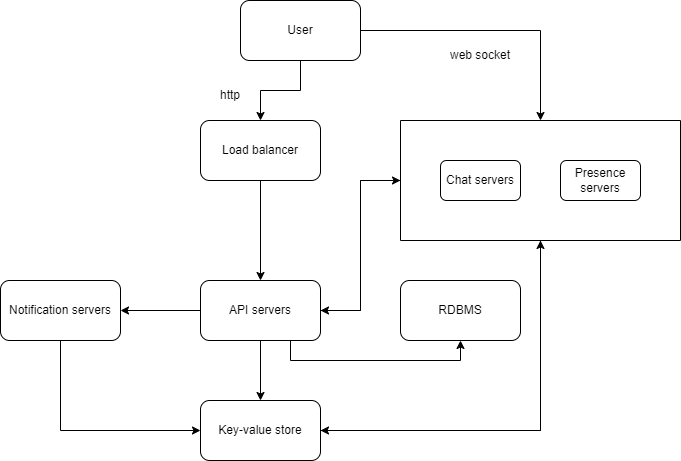
Before: img/system-design/whatsapp2.png, a diagram exported from draw.io (riehseun/riehseun.github.io). Source tidied: cells renumbered, new cells last; positions are measured from the earlier drawing's top-left corner, leaving out a move shared by most shapes.
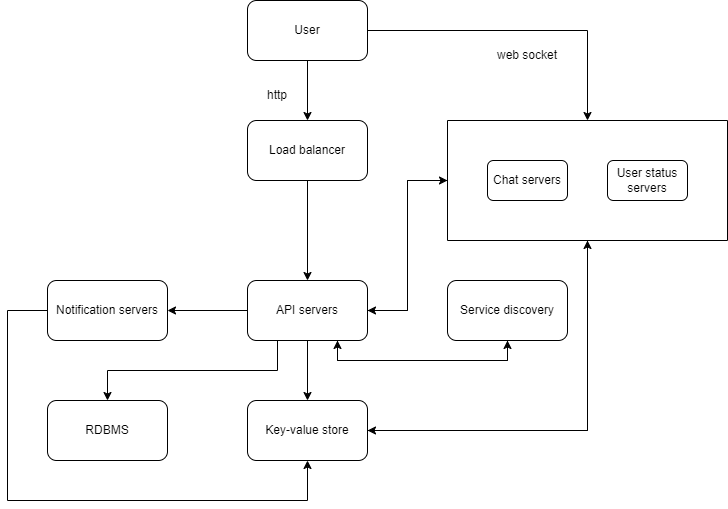
After the change.

The edit, as a diff of the source:
```diff
@@ -9,7 +9,7 @@
       <mxGeometry relative="1" as="geometry" />
     </mxCell>
     <mxCell id="4" value="User" style="rounded=1;whiteSpace=wrap;html=1;" parent="1" vertex="1">
-      <mxGeometry x="240" width="120" height="60" as="geometry" />
+      <mxGeometry x="200" width="120" height="60" as="geometry" />
     </mxCell>
     <mxCell id="5" style="edgeStyle=orthogonalEdgeStyle;rounded=0;jettySize=auto;html=1;exitX=0.5;exitY=1;exitDx=0;exitDy=0;" parent="1" edge="1" source="6" target="16">
       <mxGeometry relative="1" as="geometry" />
@@ -20,7 +20,7 @@
     <mxCell id="7" value="Chat servers" style="rounded=1;whiteSpace=wrap;html=1;" parent="1" vertex="1">
       <mxGeometry x="440" y="160" width="80" height="40" as="geometry" />
     </mxCell>
-    <mxCell id="8" value="Presence servers" style="rounded=1;whiteSpace=wrap;html=1;" parent="1" vertex="1">
+    <mxCell id="8" value="User status servers" style="rounded=1;whiteSpace=wrap;html=1;" parent="1" vertex="1">
       <mxGeometry x="560" y="160" width="80" height="40" as="geometry" />
     </mxCell>
     <mxCell id="9" style="edgeStyle=orthogonalEdgeStyle;rounded=0;jettySize=auto;html=1;exitX=0.5;exitY=1;exitDx=0;exitDy=0;entryX=1;entryY=0.5;entryDx=0;entryDy=0;" parent="1" edge="1" source="11" target="20">
@@ -41,14 +41,23 @@
     <mxCell id="14" style="edgeStyle=orthogonalEdgeStyle;rounded=0;jettySize=auto;html=1;exitX=0.5;exitY=1;exitDx=0;exitDy=0;entryX=0.5;entryY=0;entryDx=0;entryDy=0;" parent="1" edge="1" source="16" target="20">
       <mxGeometry relative="1" as="geometry" />
     </mxCell>
-    <mxCell id="15" style="edgeStyle=orthogonalEdgeStyle;rounded=0;jettySize=auto;html=1;exitX=0.75;exitY=1;exitDx=0;exitDy=0;entryX=0.5;entryY=1;entryDx=0;entryDy=0;" parent="1" edge="1" source="16" target="21">
+    <mxCell id="15" style="edgeStyle=orthogonalEdgeStyle;rounded=0;jettySize=auto;html=1;exitX=0.25;exitY=1;exitDx=0;exitDy=0;entryX=0.5;entryY=0;entryDx=0;entryDy=0;" parent="1" edge="1" source="16" target="21">
       <mxGeometry relative="1" as="geometry" />
     </mxCell>
+    <mxCell id="24" style="edgeStyle=orthogonalEdgeStyle;rounded=0;jettySize=auto;html=1;exitX=0.75;exitY=1;exitDx=0;exitDy=0;entryX=0.5;entryY=1;entryDx=0;entryDy=0;" parent="1" edge="1" source="16" target="26">
+      <mxGeometry relative="1" as="geometry" />
+    </mxCell>
     <mxCell id="16" value="API servers" style="rounded=1;whiteSpace=wrap;html=1;" parent="1" vertex="1">
       <mxGeometry x="200" y="280" width="120" height="60" as="geometry" />
     </mxCell>
-    <mxCell id="17" style="edgeStyle=orthogonalEdgeStyle;rounded=0;jettySize=auto;html=1;exitX=0.5;exitY=1;exitDx=0;exitDy=0;entryX=0;entryY=0.5;entryDx=0;entryDy=0;" parent="1" edge="1" source="18" target="20">
-      <mxGeometry relative="1" as="geometry" />
+    <mxCell id="17" style="edgeStyle=orthogonalEdgeStyle;rounded=0;jettySize=auto;html=1;exitX=0;exitY=0.5;exitDx=0;exitDy=0;entryX=0.5;entryY=1;entryDx=0;entryDy=0;" parent="1" edge="1" source="18" target="20">
+      <mxGeometry relative="1" as="geometry">
+        <Array as="points">
+          <mxPoint x="-40" y="310" />
+          <mxPoint x="-40" y="500" />
+          <mxPoint x="260" y="500" />
+        </Array>
+      </mxGeometry>
     </mxCell>
     <mxCell id="18" value="Notification servers" style="rounded=1;whiteSpace=wrap;html=1;" parent="1" vertex="1">
       <mxGeometry y="280" width="120" height="60" as="geometry" />
@@ -60,7 +69,7 @@
       <mxGeometry x="200" y="400" width="120" height="60" as="geometry" />
     </mxCell>
     <mxCell id="21" value="RDBMS" style="rounded=1;whiteSpace=wrap;html=1;" parent="1" vertex="1">
-      <mxGeometry x="400" y="280" width="120" height="60" as="geometry" />
+      <mxGeometry y="400" width="120" height="60" as="geometry" />
     </mxCell>
     <mxCell id="22" value="http" style="text;html=1;strokeColor=none;fillColor=none;align=center;verticalAlign=middle;whiteSpace=wrap;rounded=0;" parent="1" vertex="1">
       <mxGeometry x="200" y="80" width="60" height="30" as="geometry" />
@@ -68,5 +77,11 @@
     <mxCell id="23" value="web socket" style="text;html=1;strokeColor=none;fillColor=none;align=center;verticalAlign=middle;whiteSpace=wrap;rounded=0;" parent="1" vertex="1">
       <mxGeometry x="440" y="40" width="80" height="30" as="geometry" />
     </mxCell>
+    <mxCell id="25" style="edgeStyle=orthogonalEdgeStyle;rounded=0;jettySize=auto;html=1;exitX=0.5;exitY=1;exitDx=0;exitDy=0;entryX=0.75;entryY=1;entryDx=0;entryDy=0;" parent="1" edge="1" source="26" target="16">
+      <mxGeometry relative="1" as="geometry" />
+    </mxCell>
+    <mxCell id="26" value="Service discovery" style="rounded=1;whiteSpace=wrap;html=1;" parent="1" vertex="1">
+      <mxGeometry x="400" y="280" width="120" height="60" as="geometry" />
+    </mxCell>
   </root>
 </mxGraphModel>
```
